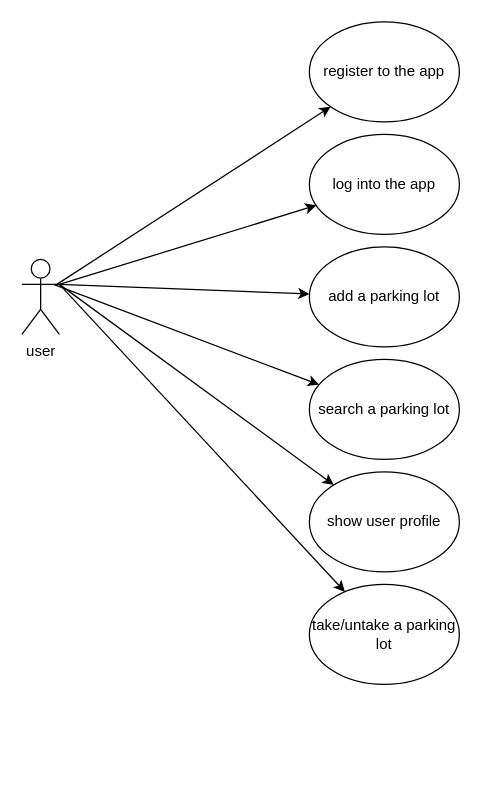
nikaloamashvili/Parking-App keeps this draw.io diagram as Untitled Diagram.drawio. Above is the earlier version. Source tidied: cells renumbered, new cells numbered last; positions are measured from the earlier drawing's top-left corner, leaving out a move shared by most shapes. Both pictures are drawn from the tidied source at 125%, with x=0, y=0 at pixel (21, 21).
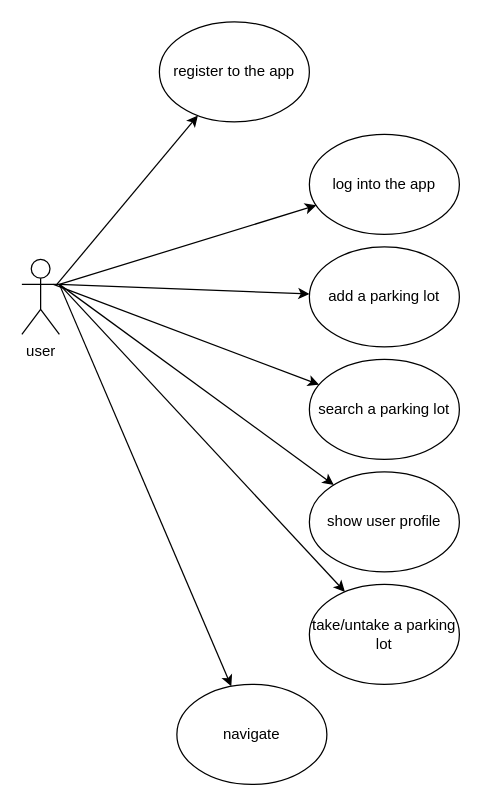
Above is the later version.

What changed in the source:
```diff
@@
     <mxCell id="11" value="register to the app" style="ellipse;whiteSpace=wrap;html=1;" parent="1" vertex="1">
-      <mxGeometry x="230" width="120" height="80" as="geometry" />
+      <mxGeometry x="110" width="120" height="80" as="geometry" />
     </mxCell>
@@
+    <mxCell id="15" value="navigate" style="ellipse;whiteSpace=wrap;html=1;" parent="1" vertex="1">
+      <mxGeometry x="124" y="530" width="120" height="80" as="geometry" />
+    </mxCell>
+    <mxCell id="16" style="endArrow=classic;html=1;rounded=0;" parent="1" edge="1" target="15">
+      <mxGeometry relative="1" as="geometry">
+        <mxPoint x="30" y="210" as="sourcePoint" />
+      </mxGeometry>
+    </mxCell>
```
